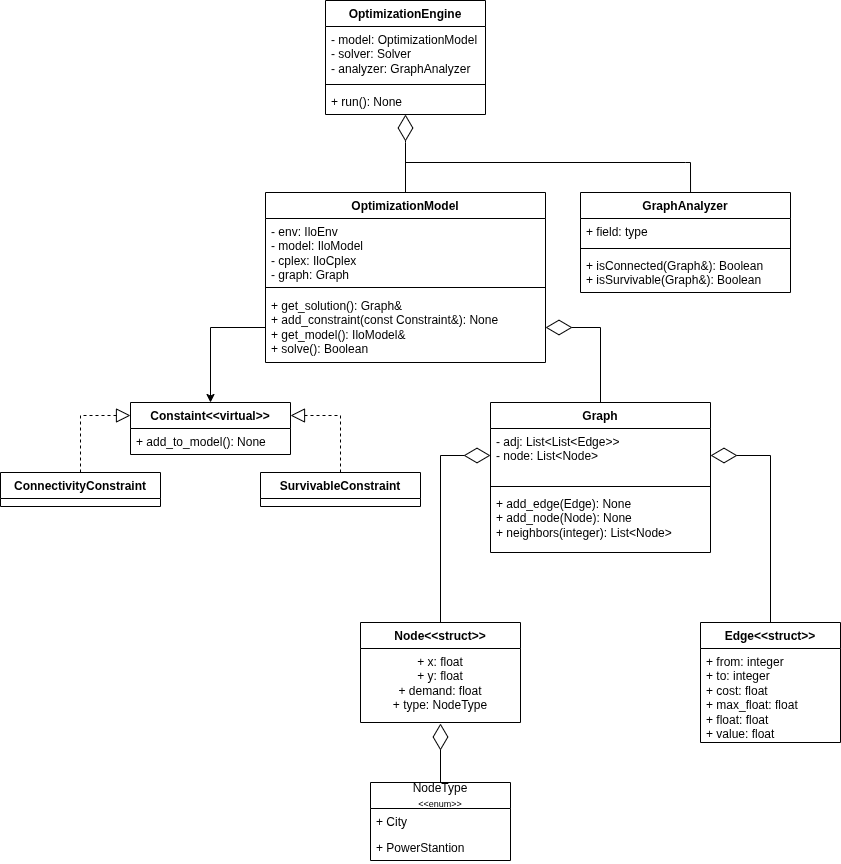
delimeee/network keeps this draw.io diagram as resources/ClassesDiagram/Classes Diagram.png. Above is the earlier version. Source tidied: cells renumbered, new cells last; positions are measured from the earlier drawing's top-left corner, leaving out a move shared by most shapes.
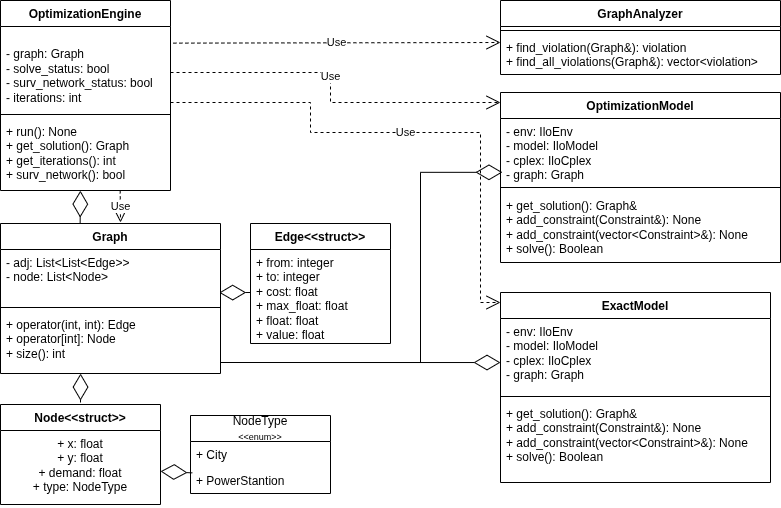
Above is the later version.

The edit, as a diff of the source:
```diff
@@ -3,36 +3,31 @@
     <mxCell id="0" />
     <mxCell id="1" parent="0" />
     <mxCell id="2" value="OptimizationModel" style="swimlane;fontStyle=1;align=center;verticalAlign=top;horizontal=1;startSize=26;whiteSpace=wrap;html=1;" parent="1" vertex="1">
-      <mxGeometry x="265" y="192" width="280" height="170" as="geometry" />
+      <mxGeometry x="520" y="92" width="280" height="170" as="geometry" />
     </mxCell>
-    <mxCell id="3" style="endArrow=none;html=1;rounded=0;exitX=0.5;exitY=0;exitDx=0;exitDy=0;" parent="2" edge="1" source="2">
-      <mxGeometry relative="1" as="geometry">
-        <mxPoint x="140" y="-50" as="targetPoint" />
-      </mxGeometry>
-    </mxCell>
     <mxCell id="4" value="- env: IloEnv&lt;div&gt;- model: IloModel&lt;/div&gt;&lt;div&gt;- cplex: IloCplex&lt;/div&gt;&lt;div&gt;- graph: Graph&lt;/div&gt;" style="text;strokeColor=none;fillColor=none;align=left;verticalAlign=top;spacingLeft=4;spacingRight=4;overflow=hidden;points=[[0,0.5],[1,0.5]];portConstraint=eastwest;whiteSpace=wrap;html=1;" parent="2" vertex="1">
       <mxGeometry y="26" width="280" height="64" as="geometry" />
     </mxCell>
     <mxCell id="5" style="line;strokeWidth=1;fillColor=none;align=left;verticalAlign=middle;spacingTop=-1;spacingLeft=3;spacingRight=3;labelPosition=right;strokeColor=inherit;" parent="2" vertex="1">
       <mxGeometry y="90" width="280" height="10" as="geometry" />
     </mxCell>
-    <mxCell id="6" value="&lt;div&gt;+ get_solution(): Graph&amp;amp;&lt;/div&gt;&lt;div&gt;+ add_constraint(const Constraint&amp;amp;): None&lt;/div&gt;&lt;div&gt;+ get_model(): IloModel&amp;amp;&lt;/div&gt;&lt;div&gt;+ solve(): Boolean&lt;/div&gt;" style="text;strokeColor=none;fillColor=none;align=left;verticalAlign=top;spacingLeft=4;spacingRight=4;overflow=hidden;points=[[0,0.5],[1,0.5]];portConstraint=eastwest;whiteSpace=wrap;html=1;" parent="2" vertex="1">
+    <mxCell id="6" value="&lt;div&gt;+ get_solution(): Graph&amp;amp;&lt;/div&gt;&lt;div&gt;+ add_constraint(Constraint&amp;amp;): None&lt;/div&gt;&lt;div&gt;+&amp;nbsp;&lt;span style=&quot;background-color: transparent; color: light-dark(rgb(0, 0, 0), rgb(255, 255, 255));&quot;&gt;add_constraint(vector&amp;lt;Constraint&amp;gt;&amp;amp;): None&lt;/span&gt;&lt;/div&gt;&lt;div&gt;+ solve(): Boolean&lt;/div&gt;" style="text;strokeColor=none;fillColor=none;align=left;verticalAlign=top;spacingLeft=4;spacingRight=4;overflow=hidden;points=[[0,0.5],[1,0.5]];portConstraint=eastwest;whiteSpace=wrap;html=1;" parent="2" vertex="1">
       <mxGeometry y="100" width="280" height="70" as="geometry" />
     </mxCell>
     <mxCell id="7" value="Node&amp;lt;&amp;lt;struct&amp;gt;&amp;gt;" style="swimlane;fontStyle=1;align=center;verticalAlign=top;horizontal=1;startSize=26;whiteSpace=wrap;html=1;" parent="1" vertex="1">
-      <mxGeometry x="360" y="622" width="160" height="100" as="geometry" />
+      <mxGeometry x="20" y="404" width="160" height="100" as="geometry" />
     </mxCell>
     <mxCell id="8" value="+ x: float&lt;div&gt;+ y: float&lt;/div&gt;&lt;div&gt;+ demand: float&lt;/div&gt;&lt;div&gt;+ type: NodeType&lt;/div&gt;" style="text;strokeColor=none;fillColor=none;align=center;verticalAlign=top;spacingLeft=4;spacingRight=4;overflow=hidden;points=[[0,0.5],[1,0.5]];portConstraint=eastwest;whiteSpace=wrap;html=1;" parent="7" vertex="1">
       <mxGeometry y="26" width="160" height="74" as="geometry" />
     </mxCell>
     <mxCell id="9" value="Edge&amp;lt;&amp;lt;struct&amp;gt;&amp;gt;" style="swimlane;fontStyle=1;align=center;verticalAlign=top;horizontal=1;startSize=26;whiteSpace=wrap;html=1;" parent="1" vertex="1">
-      <mxGeometry x="700" y="622" width="140" height="120" as="geometry" />
+      <mxGeometry x="270" y="223" width="140" height="120" as="geometry" />
     </mxCell>
     <mxCell id="10" value="+ from: integer&lt;div&gt;+ to: integer&lt;br&gt;&lt;div&gt;+ cost: float&lt;/div&gt;&lt;div&gt;+ max_float: float&lt;/div&gt;&lt;div&gt;+ float: float&lt;/div&gt;&lt;div&gt;+ value: float&lt;/div&gt;&lt;/div&gt;" style="text;strokeColor=none;fillColor=none;align=left;verticalAlign=top;spacingLeft=4;spacingRight=4;overflow=hidden;whiteSpace=wrap;html=1;" parent="9" vertex="1">
       <mxGeometry y="26" width="140" height="94" as="geometry" />
     </mxCell>
     <mxCell id="11" value="Graph" style="swimlane;fontStyle=1;align=center;verticalAlign=top;horizontal=1;startSize=26;whiteSpace=wrap;html=1;" parent="1" vertex="1">
-      <mxGeometry x="490" y="402" width="220" height="150" as="geometry" />
+      <mxGeometry x="20" y="223" width="220" height="150" as="geometry" />
     </mxCell>
     <mxCell id="12" value="- adj: List&amp;lt;List&amp;lt;Edge&amp;gt;&amp;gt;&lt;br&gt;&lt;div&gt;- node: List&amp;lt;Node&amp;gt;&lt;/div&gt;" style="text;strokeColor=none;fillColor=none;align=left;verticalAlign=top;spacingLeft=4;spacingRight=4;overflow=hidden;points=[[0,0.5],[1,0.5]];portConstraint=eastwest;whiteSpace=wrap;html=1;" parent="11" vertex="1">
       <mxGeometry y="26" width="220" height="54" as="geometry" />
@@ -40,25 +35,11 @@
     <mxCell id="13" style="line;strokeWidth=1;fillColor=none;align=left;verticalAlign=middle;spacingTop=-1;spacingLeft=3;spacingRight=3;labelPosition=right;strokeColor=inherit;" parent="11" vertex="1">
       <mxGeometry y="80" width="220" height="8" as="geometry" />
     </mxCell>
-    <mxCell id="14" value="+ add_edge(Edge): None&lt;div&gt;+ add_node(Node): None&lt;/div&gt;&lt;div&gt;+ neighbors(integer): List&amp;lt;Node&amp;gt;&lt;/div&gt;" style="text;strokeColor=none;fillColor=none;align=left;verticalAlign=top;spacingLeft=4;spacingRight=4;overflow=hidden;points=[[0,0.5],[1,0.5]];portConstraint=eastwest;whiteSpace=wrap;html=1;" parent="11" vertex="1">
+    <mxCell id="14" value="+ operator(int, int): Edge&lt;div&gt;+ operator[int]: Node&lt;/div&gt;&lt;div&gt;+ size(): int&lt;/div&gt;" style="text;strokeColor=none;fillColor=none;align=left;verticalAlign=top;spacingLeft=4;spacingRight=4;overflow=hidden;points=[[0,0.5],[1,0.5]];portConstraint=eastwest;whiteSpace=wrap;html=1;" parent="11" vertex="1">
       <mxGeometry y="88" width="220" height="62" as="geometry" />
     </mxCell>
-    <mxCell id="15" style="endArrow=diamondThin;endFill=0;endSize=24;html=1;rounded=0;entryX=0;entryY=0.5;entryDx=0;entryDy=0;exitX=0.5;exitY=0;exitDx=0;exitDy=0;" parent="1" edge="1" source="7" target="12">
-      <mxGeometry relative="1" as="geometry">
-        <Array as="points">
-          <mxPoint x="440" y="455" />
-        </Array>
-      </mxGeometry>
-    </mxCell>
-    <mxCell id="16" style="endArrow=diamondThin;endFill=0;endSize=24;html=1;rounded=0;entryX=1;entryY=0.5;entryDx=0;entryDy=0;exitX=0.5;exitY=0;exitDx=0;exitDy=0;" parent="1" edge="1" source="9" target="12">
-      <mxGeometry relative="1" as="geometry">
-        <Array as="points">
-          <mxPoint x="770" y="455" />
-        </Array>
-      </mxGeometry>
-    </mxCell>
     <mxCell id="17" value="NodeType&lt;div&gt;&lt;font style=&quot;font-size: 9px;&quot;&gt;&amp;lt;&amp;lt;enum&amp;gt;&amp;gt;&lt;/font&gt;&lt;/div&gt;" style="swimlane;fontStyle=0;horizontal=1;startSize=26;fillColor=none;whiteSpace=wrap;html=1;" parent="1" vertex="1">
-      <mxGeometry x="370" y="782" width="140" height="78" as="geometry" />
+      <mxGeometry x="210" y="415" width="140" height="78" as="geometry" />
     </mxCell>
     <mxCell id="18" value="+ City" style="text;strokeColor=none;fillColor=none;align=left;verticalAlign=top;spacingLeft=4;spacingRight=4;overflow=hidden;whiteSpace=wrap;html=1;" parent="17" vertex="1">
       <mxGeometry y="26" width="140" height="26" as="geometry" />
@@ -66,89 +47,99 @@
     <mxCell id="19" value="+ PowerStantion" style="text;strokeColor=none;fillColor=none;align=left;verticalAlign=top;spacingLeft=4;spacingRight=4;overflow=hidden;points=[[0,0.5],[1,0.5]];portConstraint=eastwest;whiteSpace=wrap;html=1;" parent="17" vertex="1">
       <mxGeometry y="52" width="140" height="26" as="geometry" />
     </mxCell>
-    <mxCell id="20" value="Constaint&amp;lt;&amp;lt;virtual&amp;gt;&amp;gt;" style="swimlane;fontStyle=1;align=center;verticalAlign=top;horizontal=1;startSize=26;whiteSpace=wrap;html=1;" parent="1" vertex="1">
-      <mxGeometry x="130" y="402" width="160" height="52" as="geometry" />
-    </mxCell>
-    <mxCell id="21" value="+ add_to_model(): None" style="text;strokeColor=none;fillColor=none;align=left;verticalAlign=top;spacingLeft=4;spacingRight=4;overflow=hidden;whiteSpace=wrap;html=1;" parent="20" vertex="1">
-      <mxGeometry y="26" width="160" height="26" as="geometry" />
-    </mxCell>
-    <mxCell id="22" value="ConnectivityConstraint" style="swimlane;fontStyle=1;align=center;verticalAlign=top;horizontal=1;startSize=26;whiteSpace=wrap;html=1;" parent="1" vertex="1">
-      <mxGeometry y="472" width="160" height="34" as="geometry" />
-    </mxCell>
-    <mxCell id="23" value="SurvivableConstraint" style="swimlane;fontStyle=1;align=center;verticalAlign=top;horizontal=1;startSize=26;whiteSpace=wrap;html=1;" parent="1" vertex="1">
-      <mxGeometry x="260" y="472" width="160" height="34" as="geometry" />
-    </mxCell>
     <mxCell id="24" value="OptimizationEngine" style="swimlane;fontStyle=1;align=center;verticalAlign=top;horizontal=1;startSize=26;whiteSpace=wrap;html=1;" parent="1" vertex="1">
-      <mxGeometry x="325" width="160" height="114" as="geometry" />
+      <mxGeometry x="20" width="170" height="190" as="geometry" />
     </mxCell>
-    <mxCell id="25" value="- model: OptimizationModel&lt;div&gt;- solver: Solver&lt;/div&gt;&lt;div&gt;- analyzer: GraphAnalyzer&lt;/div&gt;" style="text;strokeColor=none;fillColor=none;align=left;verticalAlign=top;spacingLeft=4;spacingRight=4;overflow=hidden;points=[[0,0.5],[1,0.5]];portConstraint=eastwest;whiteSpace=wrap;html=1;" parent="24" vertex="1">
-      <mxGeometry y="26" width="160" height="54" as="geometry" />
+    <mxCell id="25" value="&lt;div&gt;&lt;br&gt;&lt;/div&gt;- graph: Graph&lt;div&gt;- solve_status: bool&lt;/div&gt;&lt;div&gt;- surv_network_status: bool&lt;/div&gt;&lt;div&gt;- iterations: int&lt;/div&gt;" style="text;strokeColor=none;fillColor=none;align=left;verticalAlign=top;spacingLeft=4;spacingRight=4;overflow=hidden;points=[[0,0.5],[1,0.5]];portConstraint=eastwest;whiteSpace=wrap;html=1;" parent="24" vertex="1">
+      <mxGeometry y="26" width="170" height="84" as="geometry" />
     </mxCell>
     <mxCell id="26" style="line;strokeWidth=1;fillColor=none;align=left;verticalAlign=middle;spacingTop=-1;spacingLeft=3;spacingRight=3;labelPosition=right;strokeColor=inherit;" parent="24" vertex="1">
-      <mxGeometry y="80" width="160" height="8" as="geometry" />
+      <mxGeometry y="110" width="170" height="8" as="geometry" />
     </mxCell>
-    <mxCell id="27" value="+ run(): None&amp;nbsp;" style="text;strokeColor=none;fillColor=none;align=left;verticalAlign=top;spacingLeft=4;spacingRight=4;overflow=hidden;points=[[0,0.5],[1,0.5]];portConstraint=eastwest;whiteSpace=wrap;html=1;" parent="24" vertex="1">
-      <mxGeometry y="88" width="160" height="26" as="geometry" />
+    <mxCell id="27" value="+ run(): None&amp;nbsp;&lt;div&gt;+ get_solution(): Graph&lt;/div&gt;&lt;div&gt;+&amp;nbsp;&lt;span style=&quot;background-color: transparent; color: light-dark(rgb(0, 0, 0), rgb(255, 255, 255));&quot;&gt;get_iterations()&lt;/span&gt;&lt;span style=&quot;background-color: transparent; color: light-dark(rgb(0, 0, 0), rgb(255, 255, 255));&quot;&gt;: int&lt;/span&gt;&lt;/div&gt;&lt;div&gt;+ surv_network():&amp;nbsp;&lt;span style=&quot;background-color: transparent; color: light-dark(rgb(0, 0, 0), rgb(255, 255, 255));&quot;&gt;bool&lt;/span&gt;&lt;/div&gt;" style="text;strokeColor=none;fillColor=none;align=left;verticalAlign=top;spacingLeft=4;spacingRight=4;overflow=hidden;points=[[0,0.5],[1,0.5]];portConstraint=eastwest;whiteSpace=wrap;html=1;" parent="24" vertex="1">
+      <mxGeometry y="118" width="170" height="72" as="geometry" />
     </mxCell>
     <mxCell id="28" value="GraphAnalyzer" style="swimlane;fontStyle=1;align=center;verticalAlign=top;horizontal=1;startSize=26;whiteSpace=wrap;html=1;" parent="1" vertex="1">
-      <mxGeometry x="580" y="192" width="210" height="100" as="geometry" />
+      <mxGeometry x="520" width="280" height="74" as="geometry" />
     </mxCell>
-    <mxCell id="29" value="+ field: type" style="text;strokeColor=none;fillColor=none;align=left;verticalAlign=top;spacingLeft=4;spacingRight=4;overflow=hidden;whiteSpace=wrap;html=1;" parent="28" vertex="1">
-      <mxGeometry y="26" width="210" height="26" as="geometry" />
-    </mxCell>
     <mxCell id="30" style="line;strokeWidth=1;fillColor=none;align=left;verticalAlign=middle;spacingTop=-1;spacingLeft=3;spacingRight=3;labelPosition=right;strokeColor=inherit;" parent="28" vertex="1">
-      <mxGeometry y="52" width="210" height="8" as="geometry" />
+      <mxGeometry y="26" width="280" height="8" as="geometry" />
     </mxCell>
-    <mxCell id="31" value="+ isConnected(Graph&amp;amp;): Boolean&lt;div&gt;+ isSurvivable(Graph&amp;amp;): Boolean&lt;/div&gt;" style="text;strokeColor=none;fillColor=none;align=left;verticalAlign=top;spacingLeft=4;spacingRight=4;overflow=hidden;points=[[0,0.5],[1,0.5]];portConstraint=eastwest;whiteSpace=wrap;html=1;" parent="28" vertex="1">
-      <mxGeometry y="60" width="210" height="40" as="geometry" />
+    <mxCell id="31" value="+ find_violation(Graph&amp;amp;): violation&lt;div&gt;+ find_all_violations(Graph&amp;amp;): vector&amp;lt;violation&amp;gt;&lt;/div&gt;" style="text;strokeColor=none;fillColor=none;align=left;verticalAlign=top;spacingLeft=4;spacingRight=4;overflow=hidden;points=[[0,0.5],[1,0.5]];portConstraint=eastwest;whiteSpace=wrap;html=1;" parent="28" vertex="1">
+      <mxGeometry y="34" width="280" height="40" as="geometry" />
     </mxCell>
-    <mxCell id="32" style="endArrow=block;dashed=1;endFill=0;endSize=12;html=1;rounded=0;exitX=0.5;exitY=0;exitDx=0;exitDy=0;entryX=0;entryY=0.25;entryDx=0;entryDy=0;" parent="1" edge="1" source="22" target="20">
-      <mxGeometry relative="1" as="geometry">
-        <Array as="points">
-          <mxPoint x="80" y="415" />
-        </Array>
-      </mxGeometry>
-    </mxCell>
-    <mxCell id="33" style="endArrow=block;dashed=1;endFill=0;endSize=12;html=1;rounded=0;entryX=1;entryY=0.25;entryDx=0;entryDy=0;exitX=0.5;exitY=0;exitDx=0;exitDy=0;" parent="1" edge="1" source="23" target="20">
-      <mxGeometry relative="1" as="geometry">
-        <Array as="points">
-          <mxPoint x="340" y="415" />
-        </Array>
-      </mxGeometry>
-    </mxCell>
-    <mxCell id="34" style="endArrow=none;html=1;rounded=0;" parent="1" edge="1">
-      <mxGeometry relative="1" as="geometry">
-        <mxPoint x="405" y="162" as="sourcePoint" />
-        <mxPoint x="685" y="162" as="targetPoint" />
-      </mxGeometry>
-    </mxCell>
-    <mxCell id="35" style="endArrow=none;html=1;rounded=0;exitX=0.524;exitY=0;exitDx=0;exitDy=0;exitPerimeter=0;" parent="1" edge="1" source="28">
-      <mxGeometry relative="1" as="geometry">
-        <mxPoint x="685" y="162" as="targetPoint" />
-        <Array as="points">
-          <mxPoint x="690" y="162" />
-        </Array>
-      </mxGeometry>
-    </mxCell>
-    <mxCell id="36" style="endArrow=diamondThin;endFill=0;endSize=24;html=1;rounded=0;entryX=0.5;entryY=1;entryDx=0;entryDy=0;" parent="1" edge="1" target="24">
-      <mxGeometry relative="1" as="geometry">
-        <mxPoint x="405" y="142" as="sourcePoint" />
-      </mxGeometry>
-    </mxCell>
-    <mxCell id="37" style="edgeStyle=orthogonalEdgeStyle;rounded=0;jettySize=auto;html=1;entryX=0.5;entryY=0;entryDx=0;entryDy=0;" parent="1" edge="1" source="6" target="20">
-      <mxGeometry relative="1" as="geometry" />
-    </mxCell>
-    <mxCell id="38" style="endArrow=diamondThin;endFill=0;endSize=24;html=1;rounded=0;entryX=1;entryY=0.5;entryDx=0;entryDy=0;exitX=0.5;exitY=0;exitDx=0;exitDy=0;" parent="1" edge="1" source="11" target="6">
-      <mxGeometry relative="1" as="geometry">
-        <Array as="points">
-          <mxPoint x="600" y="327" />
-        </Array>
-      </mxGeometry>
-    </mxCell>
-    <mxCell id="39" style="endArrow=diamondThin;endFill=0;endSize=24;html=1;rounded=0;exitX=0.5;exitY=0;exitDx=0;exitDy=0;" parent="1" edge="1" source="17">
-      <mxGeometry relative="1" as="geometry">
-        <mxPoint x="440" y="723" as="targetPoint" />
-      </mxGeometry>
-    </mxCell>
+    <mxCell id="40" value="ExactModel" style="swimlane;fontStyle=1;align=center;verticalAlign=top;horizontal=1;startSize=26;whiteSpace=wrap;html=1;" parent="1" vertex="1">
+      <mxGeometry x="520" y="292" width="270" height="190" as="geometry" />
+    </mxCell>
+    <mxCell id="41" value="- env: IloEnv&lt;div&gt;- model: IloModel&lt;/div&gt;&lt;div&gt;- cplex: IloCplex&lt;/div&gt;&lt;div&gt;- graph: Graph&lt;/div&gt;" style="text;strokeColor=none;fillColor=none;align=left;verticalAlign=top;spacingLeft=4;spacingRight=4;overflow=hidden;points=[[0,0.5],[1,0.5]];portConstraint=eastwest;whiteSpace=wrap;html=1;" parent="40" vertex="1">
+      <mxGeometry y="26" width="270" height="74" as="geometry" />
+    </mxCell>
+    <mxCell id="42" style="line;strokeWidth=1;fillColor=none;align=left;verticalAlign=middle;spacingTop=-1;spacingLeft=3;spacingRight=3;labelPosition=right;strokeColor=inherit;" parent="40" vertex="1">
+      <mxGeometry y="100" width="270" height="8" as="geometry" />
+    </mxCell>
+    <mxCell id="43" value="&lt;div&gt;+ get_solution(): Graph&amp;amp;&lt;/div&gt;&lt;div&gt;+ add_constraint(Constraint&amp;amp;): None&lt;/div&gt;&lt;div&gt;+&amp;nbsp;&lt;span style=&quot;background-color: transparent; color: light-dark(rgb(0, 0, 0), rgb(255, 255, 255));&quot;&gt;add_constraint(vector&amp;lt;Constraint&amp;gt;&amp;amp;): None&lt;/span&gt;&lt;/div&gt;&lt;div&gt;+ solve(): Boolean&lt;/div&gt;" style="text;strokeColor=none;fillColor=none;align=left;verticalAlign=top;spacingLeft=4;spacingRight=4;overflow=hidden;whiteSpace=wrap;html=1;" parent="40" vertex="1">
+      <mxGeometry y="108" width="270" height="82" as="geometry" />
+    </mxCell>
+    <mxCell id="44" value="Use" style="endArrow=open;endSize=12;dashed=1;html=1;rounded=0;entryX=0;entryY=0.2;entryDx=0;entryDy=0;entryPerimeter=0;exitX=1.017;exitY=0.198;exitDx=0;exitDy=0;exitPerimeter=0;" parent="1" edge="1" source="25" target="31">
+      <mxGeometry relative="1" as="geometry" />
+    </mxCell>
+    <mxCell id="45" value="Use" style="endArrow=open;endSize=12;dashed=1;html=1;rounded=0;edgeStyle=orthogonalEdgeStyle;" parent="1" edge="1">
+      <mxGeometry x="-0.09" relative="1" as="geometry">
+        <mxPoint x="190" y="72" as="sourcePoint" />
+        <mxPoint x="520" y="102" as="targetPoint" />
+        <Array as="points">
+          <mxPoint x="350" y="72" />
+          <mxPoint x="350" y="102" />
+          <mxPoint x="520" y="102" />
+        </Array>
+      </mxGeometry>
+    </mxCell>
+    <mxCell id="46" value="Use" style="endArrow=open;endSize=12;dashed=1;html=1;rounded=0;edgeStyle=orthogonalEdgeStyle;" parent="1" edge="1">
+      <mxGeometry relative="1" as="geometry">
+        <mxPoint x="190" y="102" as="sourcePoint" />
+        <mxPoint x="520" y="302" as="targetPoint" />
+        <Array as="points">
+          <mxPoint x="330" y="102" />
+          <mxPoint x="330" y="132" />
+          <mxPoint x="500" y="132" />
+          <mxPoint x="500" y="302" />
+        </Array>
+      </mxGeometry>
+    </mxCell>
+    <mxCell id="47" style="endArrow=diamondThin;endFill=0;endSize=24;html=1;rounded=0;entryX=0.994;entryY=0.799;entryDx=0;entryDy=0;entryPerimeter=0;" parent="1" edge="1" target="12">
+      <mxGeometry relative="1" as="geometry">
+        <mxPoint x="270" y="292" as="sourcePoint" />
+      </mxGeometry>
+    </mxCell>
+    <mxCell id="48" style="endArrow=diamondThin;endFill=0;endSize=24;html=1;rounded=0;entryX=0.364;entryY=1.001;entryDx=0;entryDy=0;entryPerimeter=0;" parent="1" edge="1" target="14">
+      <mxGeometry relative="1" as="geometry">
+        <mxPoint x="100" y="402" as="sourcePoint" />
+      </mxGeometry>
+    </mxCell>
+    <mxCell id="49" style="endArrow=diamondThin;endFill=0;endSize=24;html=1;rounded=0;exitX=0.013;exitY=0.207;exitDx=0;exitDy=0;exitPerimeter=0;" parent="1" edge="1" source="19" target="8">
+      <mxGeometry relative="1" as="geometry" />
+    </mxCell>
+    <mxCell id="50" style="endArrow=diamondThin;endFill=0;endSize=24;html=1;rounded=0;exitX=0.362;exitY=-0.002;exitDx=0;exitDy=0;exitPerimeter=0;entryX=0.47;entryY=1.002;entryDx=0;entryDy=0;entryPerimeter=0;" parent="1" edge="1" source="11" target="27">
+      <mxGeometry relative="1" as="geometry" />
+    </mxCell>
+    <mxCell id="51" value="Use" style="endArrow=open;endSize=12;dashed=1;html=1;rounded=0;exitX=0.704;exitY=0.998;exitDx=0;exitDy=0;exitPerimeter=0;" parent="1" edge="1" source="27">
+      <mxGeometry relative="1" as="geometry">
+        <mxPoint x="140" y="222" as="targetPoint" />
+      </mxGeometry>
+    </mxCell>
+    <mxCell id="52" style="endArrow=diamondThin;endFill=0;endSize=24;html=1;rounded=0;entryX=0;entryY=0.595;entryDx=0;entryDy=0;entryPerimeter=0;" parent="1" edge="1" target="41">
+      <mxGeometry relative="1" as="geometry">
+        <mxPoint x="240" y="362" as="sourcePoint" />
+      </mxGeometry>
+    </mxCell>
+    <mxCell id="53" style="endArrow=diamondThin;endFill=0;endSize=24;html=1;rounded=0;edgeStyle=orthogonalEdgeStyle;entryX=0.007;entryY=0.841;entryDx=0;entryDy=0;entryPerimeter=0;" parent="1" edge="1" target="4">
+      <mxGeometry relative="1" as="geometry">
+        <mxPoint x="250" y="362" as="sourcePoint" />
+        <Array as="points">
+          <mxPoint x="440" y="362" />
+          <mxPoint x="440" y="172" />
+        </Array>
+      </mxGeometry>
+    </mxCell>
   </root>
 </mxGraphModel>
```
